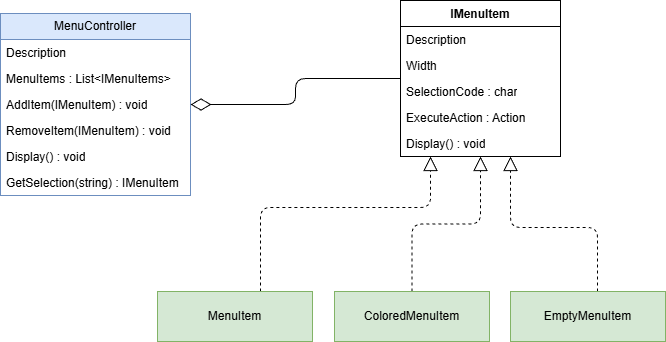
Earlier version of the draw.io export Example - Wifi.MenuController/ConsoleMenu.drawio.png (atillakati/sw_developer_2025_atilla). Source tidied: cells renumbered, new cells last; positions are measured from the earlier drawing's top-left corner, leaving out a move shared by most shapes. The source it was exported from:
```xml
<mxGraphModel>
  <root>
    <mxCell id="0" />
    <mxCell id="1" parent="0" />
    <mxCell id="2" value="MenuController" style="swimlane;fontStyle=0;horizontal=1;startSize=26;fillColor=#dae8fc;whiteSpace=wrap;html=1;strokeColor=#6c8ebf;" parent="1" vertex="1">
      <mxGeometry y="13" width="190" height="182" as="geometry" />
    </mxCell>
    <mxCell id="3" value="Description" style="text;strokeColor=none;fillColor=none;align=left;verticalAlign=top;spacingLeft=4;spacingRight=4;overflow=hidden;whiteSpace=wrap;html=1;" parent="2" vertex="1">
      <mxGeometry y="26" width="190" height="26" as="geometry" />
    </mxCell>
    <mxCell id="4" value="MenuItems : List&amp;lt;IMenuItems&amp;gt;" style="text;strokeColor=none;fillColor=none;align=left;verticalAlign=top;spacingLeft=4;spacingRight=4;overflow=hidden;whiteSpace=wrap;html=1;" parent="2" vertex="1">
      <mxGeometry y="52" width="190" height="26" as="geometry" />
    </mxCell>
    <mxCell id="5" value="AddItem(IMenuItem) : void" style="text;strokeColor=none;fillColor=none;align=left;verticalAlign=top;spacingLeft=4;spacingRight=4;overflow=hidden;whiteSpace=wrap;html=1;" parent="2" vertex="1">
      <mxGeometry y="78" width="190" height="26" as="geometry" />
    </mxCell>
    <mxCell id="6" value="RemoveItem(IMenuItem) : void" style="text;strokeColor=none;fillColor=none;align=left;verticalAlign=top;spacingLeft=4;spacingRight=4;overflow=hidden;whiteSpace=wrap;html=1;" parent="2" vertex="1">
      <mxGeometry y="104" width="190" height="26" as="geometry" />
    </mxCell>
    <mxCell id="7" value="Display() : void" style="text;strokeColor=none;fillColor=none;align=left;verticalAlign=top;spacingLeft=4;spacingRight=4;overflow=hidden;whiteSpace=wrap;html=1;" parent="2" vertex="1">
      <mxGeometry y="130" width="190" height="26" as="geometry" />
    </mxCell>
    <mxCell id="8" value="GetSelection(string) : IMenuItem" style="text;strokeColor=none;fillColor=none;align=left;verticalAlign=top;spacingLeft=4;spacingRight=4;overflow=hidden;whiteSpace=wrap;html=1;" parent="2" vertex="1">
      <mxGeometry y="156" width="190" height="26" as="geometry" />
    </mxCell>
    <mxCell id="9" style="edgeStyle=orthogonalEdgeStyle;html=1;endArrow=diamondThin;endFill=0;endSize=18;" parent="1" edge="1" source="10" target="2">
      <mxGeometry relative="1" as="geometry" />
    </mxCell>
    <mxCell id="10" value="IMenuItem" style="swimlane;fontStyle=1;align=center;verticalAlign=top;horizontal=1;startSize=26;whiteSpace=wrap;html=1;" parent="1" vertex="1">
      <mxGeometry x="400" width="160" height="156" as="geometry" />
    </mxCell>
    <mxCell id="11" value="Description" style="text;strokeColor=none;fillColor=none;align=left;verticalAlign=top;spacingLeft=4;spacingRight=4;overflow=hidden;whiteSpace=wrap;html=1;" parent="10" vertex="1">
      <mxGeometry y="26" width="160" height="26" as="geometry" />
    </mxCell>
    <mxCell id="12" value="Width" style="text;strokeColor=none;fillColor=none;align=left;verticalAlign=top;spacingLeft=4;spacingRight=4;overflow=hidden;whiteSpace=wrap;html=1;" parent="10" vertex="1">
      <mxGeometry y="52" width="160" height="26" as="geometry" />
    </mxCell>
    <mxCell id="13" value="SelectionCode : char" style="text;strokeColor=none;fillColor=none;align=left;verticalAlign=top;spacingLeft=4;spacingRight=4;overflow=hidden;whiteSpace=wrap;html=1;" parent="10" vertex="1">
      <mxGeometry y="78" width="160" height="26" as="geometry" />
    </mxCell>
    <mxCell id="14" value="ExecuteAction : Action" style="text;strokeColor=none;fillColor=none;align=left;verticalAlign=top;spacingLeft=4;spacingRight=4;overflow=hidden;whiteSpace=wrap;html=1;" parent="10" vertex="1">
      <mxGeometry y="104" width="160" height="26" as="geometry" />
    </mxCell>
    <mxCell id="15" value="Display() : void" style="text;strokeColor=none;fillColor=none;align=left;verticalAlign=top;spacingLeft=4;spacingRight=4;overflow=hidden;whiteSpace=wrap;html=1;" parent="10" vertex="1">
      <mxGeometry y="130" width="160" height="26" as="geometry" />
    </mxCell>
    <mxCell id="16" style="edgeStyle=orthogonalEdgeStyle;html=1;endArrow=block;endFill=0;dashed=1;endSize=12;" parent="1" edge="1" source="17" target="10">
      <mxGeometry relative="1" as="geometry" />
    </mxCell>
    <mxCell id="17" value="ColoredMenuItem" style="html=1;whiteSpace=wrap;fillColor=#d5e8d4;strokeColor=#82b366;" parent="1" vertex="1">
      <mxGeometry x="334" y="291" width="155" height="50" as="geometry" />
    </mxCell>
    <mxCell id="18" style="edgeStyle=orthogonalEdgeStyle;html=1;dashed=1;endArrow=block;endFill=0;endSize=12;" parent="1" edge="1" source="19" target="10">
      <mxGeometry relative="1" as="geometry">
        <Array as="points">
          <mxPoint x="597" y="227" />
          <mxPoint x="510" y="227" />
        </Array>
      </mxGeometry>
    </mxCell>
    <mxCell id="19" value="EmptyMenuItem" style="html=1;whiteSpace=wrap;fillColor=#d5e8d4;strokeColor=#82b366;" parent="1" vertex="1">
      <mxGeometry x="510" y="291" width="155" height="50" as="geometry" />
    </mxCell>
    <mxCell id="20" style="edgeStyle=orthogonalEdgeStyle;html=1;endArrow=block;endFill=0;endSize=12;dashed=1;" parent="1" edge="1" source="21" target="10">
      <mxGeometry relative="1" as="geometry">
        <Array as="points">
          <mxPoint x="260" y="207" />
          <mxPoint x="430" y="207" />
        </Array>
      </mxGeometry>
    </mxCell>
    <mxCell id="21" value="MenuItem" style="html=1;whiteSpace=wrap;fillColor=#d5e8d4;strokeColor=#82b366;" parent="1" vertex="1">
      <mxGeometry x="157" y="291" width="155" height="50" as="geometry" />
    </mxCell>
  </root>
</mxGraphModel>
```
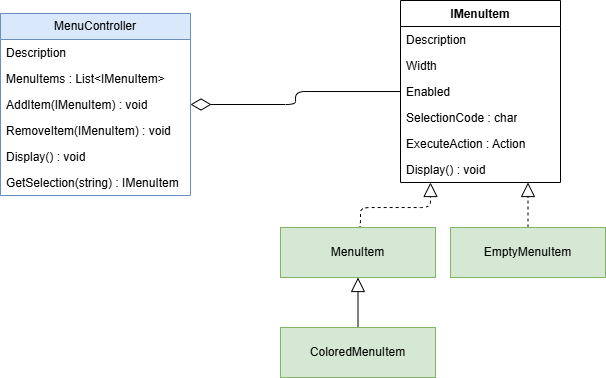
After the commit.

Diff of the diagram source:
```diff
@@ -8,7 +8,7 @@
     <mxCell id="3" value="Description" style="text;strokeColor=none;fillColor=none;align=left;verticalAlign=top;spacingLeft=4;spacingRight=4;overflow=hidden;whiteSpace=wrap;html=1;" parent="2" vertex="1">
       <mxGeometry y="26" width="190" height="26" as="geometry" />
     </mxCell>
-    <mxCell id="4" value="MenuItems : List&amp;lt;IMenuItems&amp;gt;" style="text;strokeColor=none;fillColor=none;align=left;verticalAlign=top;spacingLeft=4;spacingRight=4;overflow=hidden;whiteSpace=wrap;html=1;" parent="2" vertex="1">
+    <mxCell id="4" value="MenuItems : List&amp;lt;IMenuItem&amp;gt;" style="text;strokeColor=none;fillColor=none;align=left;verticalAlign=top;spacingLeft=4;spacingRight=4;overflow=hidden;whiteSpace=wrap;html=1;" parent="2" vertex="1">
       <mxGeometry y="52" width="190" height="26" as="geometry" />
     </mxCell>
     <mxCell id="5" value="AddItem(IMenuItem) : void" style="text;strokeColor=none;fillColor=none;align=left;verticalAlign=top;spacingLeft=4;spacingRight=4;overflow=hidden;whiteSpace=wrap;html=1;" parent="2" vertex="1">
@@ -27,7 +27,7 @@
       <mxGeometry relative="1" as="geometry" />
     </mxCell>
     <mxCell id="10" value="IMenuItem" style="swimlane;fontStyle=1;align=center;verticalAlign=top;horizontal=1;startSize=26;whiteSpace=wrap;html=1;" parent="1" vertex="1">
-      <mxGeometry x="400" width="160" height="156" as="geometry" />
+      <mxGeometry x="400" width="160" height="182" as="geometry" />
     </mxCell>
     <mxCell id="11" value="Description" style="text;strokeColor=none;fillColor=none;align=left;verticalAlign=top;spacingLeft=4;spacingRight=4;overflow=hidden;whiteSpace=wrap;html=1;" parent="10" vertex="1">
       <mxGeometry y="26" width="160" height="26" as="geometry" />
@@ -35,42 +35,46 @@
     <mxCell id="12" value="Width" style="text;strokeColor=none;fillColor=none;align=left;verticalAlign=top;spacingLeft=4;spacingRight=4;overflow=hidden;whiteSpace=wrap;html=1;" parent="10" vertex="1">
       <mxGeometry y="52" width="160" height="26" as="geometry" />
     </mxCell>
+    <mxCell id="22" value="Enabled" style="text;strokeColor=none;fillColor=none;align=left;verticalAlign=top;spacingLeft=4;spacingRight=4;overflow=hidden;whiteSpace=wrap;html=1;" parent="10" vertex="1">
+      <mxGeometry y="78" width="160" height="26" as="geometry" />
+    </mxCell>
     <mxCell id="13" value="SelectionCode : char" style="text;strokeColor=none;fillColor=none;align=left;verticalAlign=top;spacingLeft=4;spacingRight=4;overflow=hidden;whiteSpace=wrap;html=1;" parent="10" vertex="1">
-      <mxGeometry y="78" width="160" height="26" as="geometry" />
+      <mxGeometry y="104" width="160" height="26" as="geometry" />
     </mxCell>
     <mxCell id="14" value="ExecuteAction : Action" style="text;strokeColor=none;fillColor=none;align=left;verticalAlign=top;spacingLeft=4;spacingRight=4;overflow=hidden;whiteSpace=wrap;html=1;" parent="10" vertex="1">
-      <mxGeometry y="104" width="160" height="26" as="geometry" />
+      <mxGeometry y="130" width="160" height="26" as="geometry" />
     </mxCell>
     <mxCell id="15" value="Display() : void" style="text;strokeColor=none;fillColor=none;align=left;verticalAlign=top;spacingLeft=4;spacingRight=4;overflow=hidden;whiteSpace=wrap;html=1;" parent="10" vertex="1">
-      <mxGeometry y="130" width="160" height="26" as="geometry" />
+      <mxGeometry y="156" width="160" height="26" as="geometry" />
     </mxCell>
-    <mxCell id="16" style="edgeStyle=orthogonalEdgeStyle;html=1;endArrow=block;endFill=0;dashed=1;endSize=12;" parent="1" edge="1" source="17" target="10">
+    <mxCell id="16" style="edgeStyle=orthogonalEdgeStyle;html=1;endArrow=block;endFill=0;endSize=12;" parent="1" edge="1" source="17" target="21">
       <mxGeometry relative="1" as="geometry" />
     </mxCell>
     <mxCell id="17" value="ColoredMenuItem" style="html=1;whiteSpace=wrap;fillColor=#d5e8d4;strokeColor=#82b366;" parent="1" vertex="1">
-      <mxGeometry x="334" y="291" width="155" height="50" as="geometry" />
+      <mxGeometry x="280" y="327" width="155" height="50" as="geometry" />
     </mxCell>
-    <mxCell id="18" style="edgeStyle=orthogonalEdgeStyle;html=1;dashed=1;endArrow=block;endFill=0;endSize=12;" parent="1" edge="1" source="19" target="10">
+    <mxCell id="18" style="edgeStyle=orthogonalEdgeStyle;html=1;endArrow=block;endFill=0;endSize=12;dashed=1;" parent="1" edge="1" source="19" target="10">
       <mxGeometry relative="1" as="geometry">
         <Array as="points">
-          <mxPoint x="597" y="227" />
-          <mxPoint x="510" y="227" />
+          <mxPoint x="527" y="262" />
+          <mxPoint x="520" y="262" />
         </Array>
       </mxGeometry>
     </mxCell>
     <mxCell id="19" value="EmptyMenuItem" style="html=1;whiteSpace=wrap;fillColor=#d5e8d4;strokeColor=#82b366;" parent="1" vertex="1">
-      <mxGeometry x="510" y="291" width="155" height="50" as="geometry" />
+      <mxGeometry x="450" y="227" width="155" height="50" as="geometry" />
     </mxCell>
-    <mxCell id="20" style="edgeStyle=orthogonalEdgeStyle;html=1;endArrow=block;endFill=0;endSize=12;dashed=1;" parent="1" edge="1" source="21" target="10">
+    <mxCell id="20" style="edgeStyle=orthogonalEdgeStyle;html=1;endArrow=block;endFill=0;endSize=12;dashed=1;exitX=0.5;exitY=0;exitDx=0;exitDy=0;" parent="1" edge="1" source="21" target="10">
       <mxGeometry relative="1" as="geometry">
         <Array as="points">
-          <mxPoint x="260" y="207" />
+          <mxPoint x="360" y="227" />
+          <mxPoint x="360" y="207" />
           <mxPoint x="430" y="207" />
         </Array>
       </mxGeometry>
     </mxCell>
     <mxCell id="21" value="MenuItem" style="html=1;whiteSpace=wrap;fillColor=#d5e8d4;strokeColor=#82b366;" parent="1" vertex="1">
-      <mxGeometry x="157" y="291" width="155" height="50" as="geometry" />
+      <mxGeometry x="280" y="227" width="155" height="50" as="geometry" />
     </mxCell>
   </root>
 </mxGraphModel>
```
